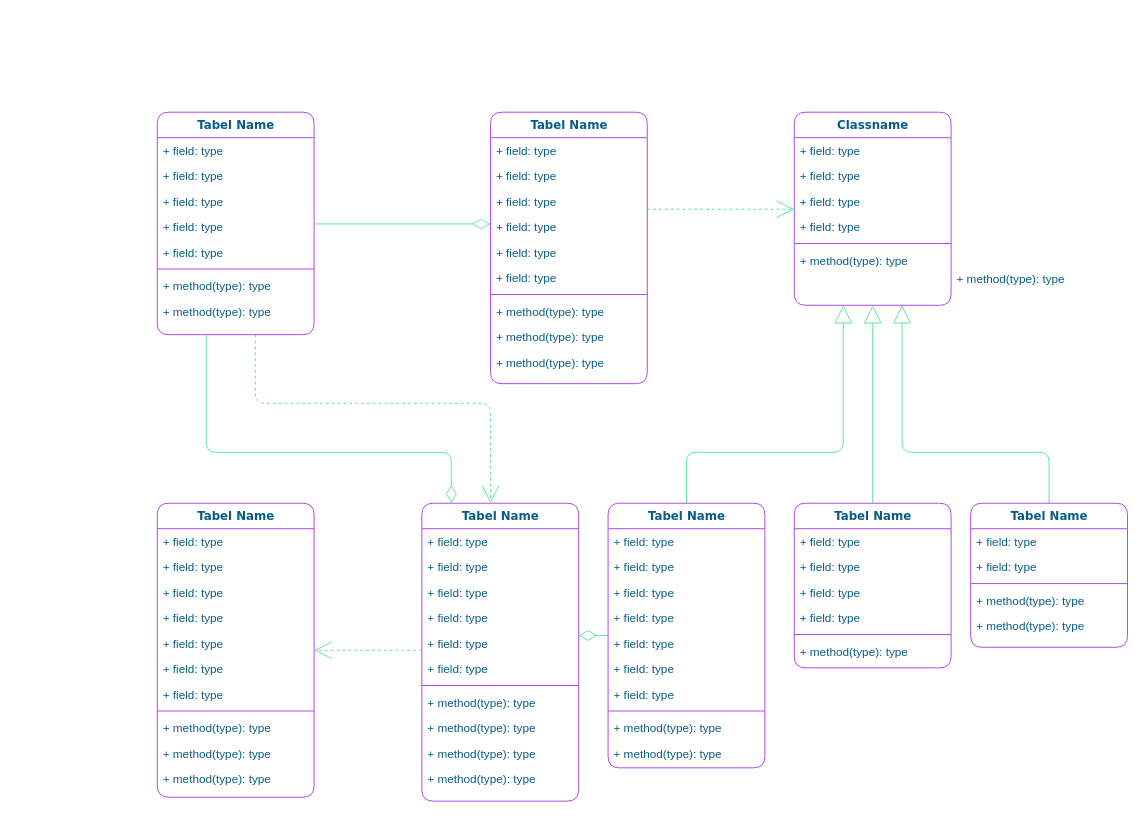
Earlier version of the draw.io diagram SSURGO-PAOneStop.drawio (yaldaAlizadeh/SSURGO-PAOneStop). Source tidied: cells renumbered, new cells numbered last; positions are measured from the earlier drawing's top-left corner, leaving out a move shared by most shapes. Both pictures are drawn from the tidied source at 98%, with x=0, y=0 at pixel (157, 112).
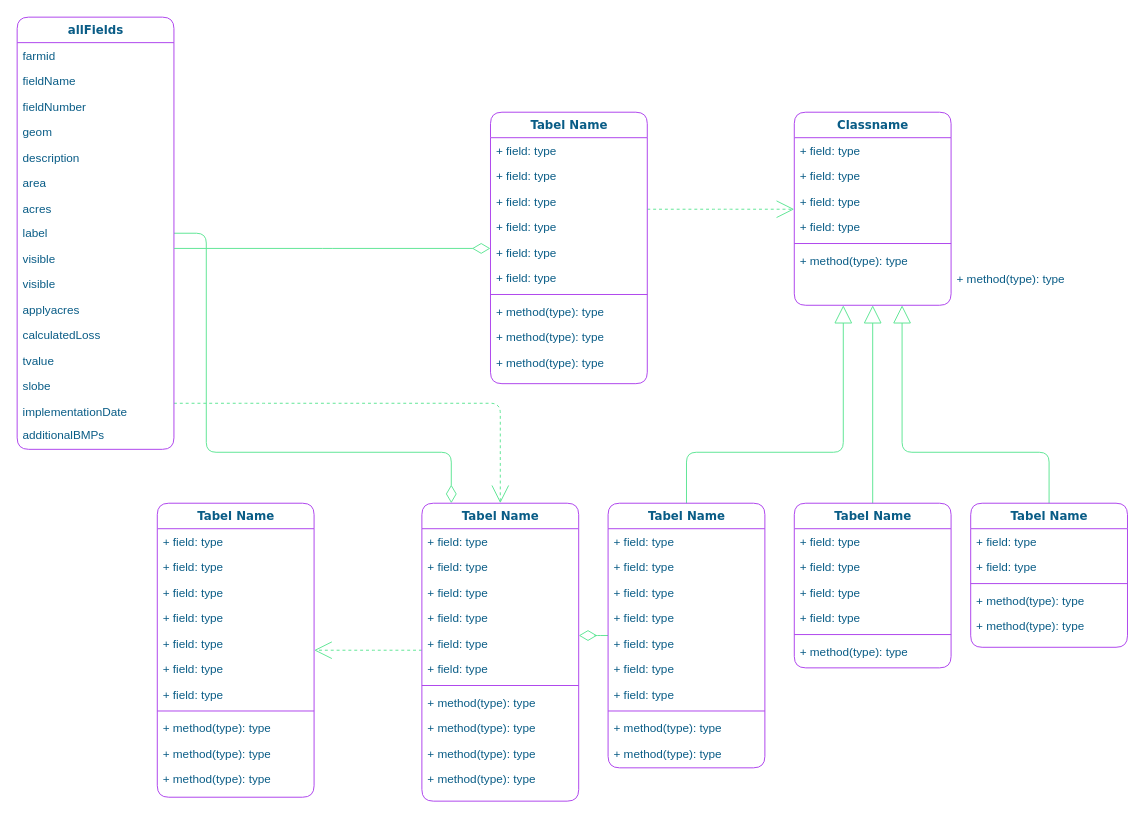
The same page after the edit.

Change to the diagram source:
```diff
@@
-    <mxCell id="4" value="Tabel Name" style="swimlane;html=1;fontStyle=1;align=center;verticalAlign=top;horizontal=1;startSize=26;swimlaneFillColor=#ffffff;rounded=1;shadow=0;comic=0;labelBackgroundColor=none;strokeWidth=1;fillColor=none;fontFamily=Verdana;fontSize=12;strokeColor=#AF45ED;fontColor=#095C86;" parent="1" vertex="1">
-      <mxGeometry width="160" height="227" as="geometry" />
+    <mxCell id="4" value="allFields" style="swimlane;html=1;fontStyle=1;align=center;verticalAlign=top;horizontal=1;startSize=26;swimlaneFillColor=#ffffff;rounded=1;shadow=0;comic=0;labelBackgroundColor=none;strokeWidth=1;fillColor=none;fontFamily=Verdana;fontSize=12;strokeColor=#AF45ED;fontColor=#095C86;" parent="1" vertex="1">
+      <mxGeometry x="-143" y="-97" width="160" height="441" as="geometry" />
     </mxCell>
-    <mxCell id="5" value="+ field: type" style="text;html=1;strokeColor=none;fillColor=none;align=left;verticalAlign=top;spacingLeft=4;spacingRight=4;whiteSpace=wrap;overflow=hidden;labelBackgroundColor=none;fontColor=#095C86;rounded=1;" parent="4" vertex="1">
+    <mxCell id="5" value="farmid" style="text;html=1;strokeColor=none;fillColor=none;align=left;verticalAlign=top;spacingLeft=4;spacingRight=4;whiteSpace=wrap;overflow=hidden;labelBackgroundColor=none;fontColor=#095C86;rounded=1;" parent="4" vertex="1">
       <mxGeometry y="26" width="160" height="26" as="geometry" />
     </mxCell>
-    <mxCell id="6" value="+ field: type" style="text;html=1;strokeColor=none;fillColor=none;align=left;verticalAlign=top;spacingLeft=4;spacingRight=4;whiteSpace=wrap;overflow=hidden;labelBackgroundColor=none;fontColor=#095C86;rounded=1;" parent="4" vertex="1">
+    <mxCell id="6" value="fieldName" style="text;html=1;strokeColor=none;fillColor=none;align=left;verticalAlign=top;spacingLeft=4;spacingRight=4;whiteSpace=wrap;overflow=hidden;labelBackgroundColor=none;fontColor=#095C86;rounded=1;" parent="4" vertex="1">
       <mxGeometry y="52" width="160" height="26" as="geometry" />
     </mxCell>
-    <mxCell id="7" value="+ field: type" style="text;html=1;strokeColor=none;fillColor=none;align=left;verticalAlign=top;spacingLeft=4;spacingRight=4;whiteSpace=wrap;overflow=hidden;labelBackgroundColor=none;fontColor=#095C86;rounded=1;" parent="4" vertex="1">
+    <mxCell id="7" value="fieldNumber" style="text;html=1;strokeColor=none;fillColor=none;align=left;verticalAlign=top;spacingLeft=4;spacingRight=4;whiteSpace=wrap;overflow=hidden;labelBackgroundColor=none;fontColor=#095C86;rounded=1;" parent="4" vertex="1">
       <mxGeometry y="78" width="160" height="26" as="geometry" />
     </mxCell>
-    <mxCell id="8" value="+ field: type" style="text;html=1;strokeColor=none;fillColor=none;align=left;verticalAlign=top;spacingLeft=4;spacingRight=4;whiteSpace=wrap;overflow=hidden;labelBackgroundColor=none;fontColor=#095C86;rounded=1;" parent="4" vertex="1">
+    <mxCell id="8" value="geom" style="text;html=1;strokeColor=none;fillColor=none;align=left;verticalAlign=top;spacingLeft=4;spacingRight=4;whiteSpace=wrap;overflow=hidden;labelBackgroundColor=none;fontColor=#095C86;rounded=1;" parent="4" vertex="1">
       <mxGeometry y="104" width="160" height="26" as="geometry" />
     </mxCell>
-    <mxCell id="9" value="+ field: type" style="text;html=1;strokeColor=none;fillColor=none;align=left;verticalAlign=top;spacingLeft=4;spacingRight=4;whiteSpace=wrap;overflow=hidden;labelBackgroundColor=none;fontColor=#095C86;rounded=1;" parent="4" vertex="1">
+    <mxCell id="9" value="description" style="text;html=1;strokeColor=none;fillColor=none;align=left;verticalAlign=top;spacingLeft=4;spacingRight=4;whiteSpace=wrap;overflow=hidden;labelBackgroundColor=none;fontColor=#095C86;rounded=1;" parent="4" vertex="1">
       <mxGeometry y="130" width="160" height="26" as="geometry" />
     </mxCell>
-    <mxCell id="10" style="line;html=1;strokeWidth=1;fillColor=none;align=left;verticalAlign=middle;spacingTop=-1;spacingLeft=3;spacingRight=3;labelPosition=right;labelBackgroundColor=none;strokeColor=#AF45ED;fontColor=#095C86;rounded=1;" parent="4" vertex="1">
-      <mxGeometry y="156" width="160" height="8" as="geometry" />
-    </mxCell>
-    <mxCell id="11" value="+ method(type): type" style="text;html=1;strokeColor=none;fillColor=none;align=left;verticalAlign=top;spacingLeft=4;spacingRight=4;whiteSpace=wrap;overflow=hidden;labelBackgroundColor=none;fontColor=#095C86;rounded=1;" parent="4" vertex="1">
-      <mxGeometry y="164" width="160" height="26" as="geometry" />
+    <mxCell id="11" value="area" style="text;html=1;strokeColor=none;fillColor=none;align=left;verticalAlign=top;spacingLeft=4;spacingRight=4;whiteSpace=wrap;overflow=hidden;labelBackgroundColor=none;fontColor=#095C86;rounded=1;" parent="4" vertex="1">
+      <mxGeometry y="156" width="160" height="26" as="geometry" />
     </mxCell>
-    <mxCell id="12" value="+ method(type): type" style="text;html=1;strokeColor=none;fillColor=none;align=left;verticalAlign=top;spacingLeft=4;spacingRight=4;whiteSpace=wrap;overflow=hidden;labelBackgroundColor=none;fontColor=#095C86;rounded=1;" parent="4" vertex="1">
-      <mxGeometry y="190" width="160" height="26" as="geometry" />
+    <mxCell id="12" value="acres" style="text;html=1;strokeColor=none;fillColor=none;align=left;verticalAlign=top;spacingLeft=4;spacingRight=4;whiteSpace=wrap;overflow=hidden;labelBackgroundColor=none;fontColor=#095C86;rounded=1;" parent="4" vertex="1">
+      <mxGeometry y="182" width="160" height="25" as="geometry" />
     </mxCell>
+    <mxCell id="87" value="label" style="text;html=1;strokeColor=none;fillColor=none;align=left;verticalAlign=top;spacingLeft=4;spacingRight=4;whiteSpace=wrap;overflow=hidden;labelBackgroundColor=none;fontColor=#095C86;rounded=1;" parent="4" vertex="1">
+      <mxGeometry y="207" width="160" height="26" as="geometry" />
+    </mxCell>
+    <mxCell id="88" value="visible" style="text;html=1;strokeColor=none;fillColor=none;align=left;verticalAlign=top;spacingLeft=4;spacingRight=4;whiteSpace=wrap;overflow=hidden;labelBackgroundColor=none;fontColor=#095C86;rounded=1;" parent="4" vertex="1">
+      <mxGeometry y="233" width="160" height="26" as="geometry" />
+    </mxCell>
+    <mxCell id="89" value="visible" style="text;html=1;strokeColor=none;fillColor=none;align=left;verticalAlign=top;spacingLeft=4;spacingRight=4;whiteSpace=wrap;overflow=hidden;labelBackgroundColor=none;fontColor=#095C86;rounded=1;" parent="4" vertex="1">
+      <mxGeometry y="259" width="160" height="26" as="geometry" />
+    </mxCell>
+    <mxCell id="90" value="applyacres" style="text;html=1;strokeColor=none;fillColor=none;align=left;verticalAlign=top;spacingLeft=4;spacingRight=4;whiteSpace=wrap;overflow=hidden;labelBackgroundColor=none;fontColor=#095C86;rounded=1;" parent="4" vertex="1">
+      <mxGeometry y="285" width="160" height="26" as="geometry" />
+    </mxCell>
+    <mxCell id="91" value="calculatedLoss" style="text;html=1;strokeColor=none;fillColor=none;align=left;verticalAlign=top;spacingLeft=4;spacingRight=4;whiteSpace=wrap;overflow=hidden;labelBackgroundColor=none;fontColor=#095C86;rounded=1;" parent="4" vertex="1">
+      <mxGeometry y="311" width="160" height="26" as="geometry" />
+    </mxCell>
+    <mxCell id="92" value="tvalue" style="text;html=1;strokeColor=none;fillColor=none;align=left;verticalAlign=top;spacingLeft=4;spacingRight=4;whiteSpace=wrap;overflow=hidden;labelBackgroundColor=none;fontColor=#095C86;rounded=1;" parent="4" vertex="1">
+      <mxGeometry y="337" width="160" height="26" as="geometry" />
+    </mxCell>
+    <mxCell id="93" value="slobe" style="text;html=1;strokeColor=none;fillColor=none;align=left;verticalAlign=top;spacingLeft=4;spacingRight=4;whiteSpace=wrap;overflow=hidden;labelBackgroundColor=none;fontColor=#095C86;rounded=1;" parent="4" vertex="1">
+      <mxGeometry y="363" width="160" height="26" as="geometry" />
+    </mxCell>
+    <mxCell id="94" value="implementationDate" style="text;html=1;strokeColor=none;fillColor=none;align=left;verticalAlign=top;spacingLeft=4;spacingRight=4;whiteSpace=wrap;overflow=hidden;labelBackgroundColor=none;fontColor=#095C86;rounded=1;" parent="4" vertex="1">
+      <mxGeometry y="389" width="160" height="24" as="geometry" />
+    </mxCell>
+    <mxCell id="95" value="additionalBMPs" style="text;html=1;strokeColor=none;fillColor=none;align=left;verticalAlign=top;spacingLeft=4;spacingRight=4;whiteSpace=wrap;overflow=hidden;labelBackgroundColor=none;fontColor=#095C86;rounded=1;" parent="4" vertex="1">
+      <mxGeometry y="413" width="160" height="24" as="geometry" />
+    </mxCell>
```
